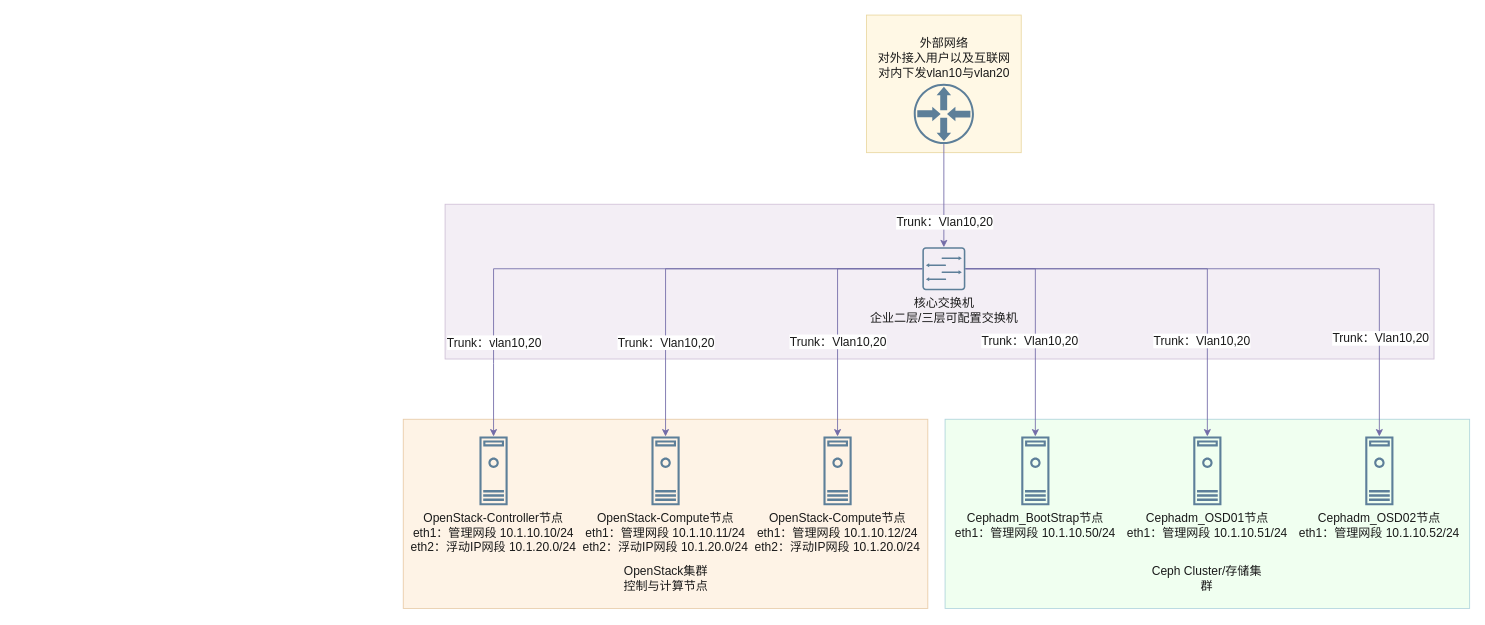
lrAltas/DrwaIO keeps this draw.io diagram as 物理架构图.drawio. Above is the earlier version. Source tidied: cells renumbered, new cells numbered last; positions are measured from the earlier drawing's top-left corner, leaving out a move shared by most shapes. Both pictures are drawn from the tidied source at 86%, with x=0, y=0 at pixel (402, 15).
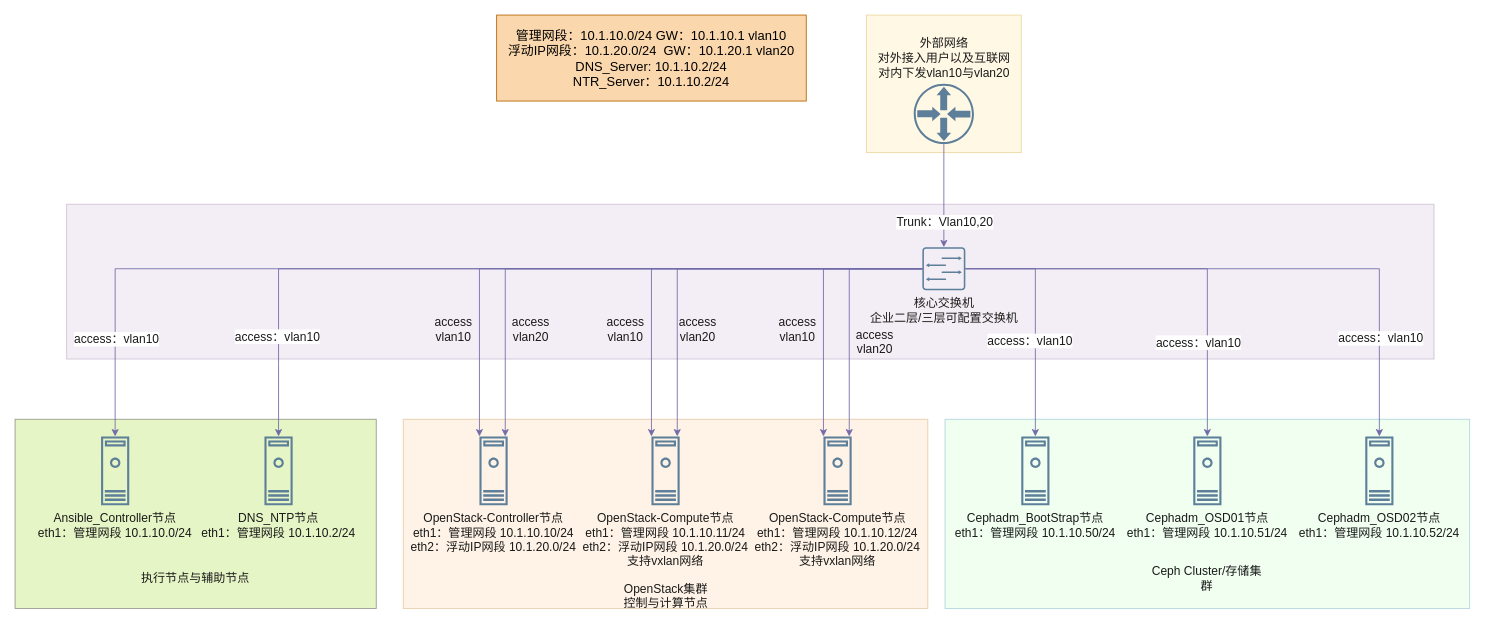
The same diagram, later.

Commit message:
更新物理架构图.drawio

Unchanged cells that the change refers to:
```xml
<mxCell id="6" value="&lt;div&gt;OpenStack-Controller节点&lt;/div&gt;&lt;div&gt;eth1：管理网段 10.1.10.10/24&lt;/div&gt;&lt;div&gt;eth2：浮动IP网段 10.1.20.0/24&lt;/div&gt;" style="sketch=0;shadow=0;dashed=0;html=1;strokeColor=none;fillColor=#5D7F99;labelPosition=center;verticalLabelPosition=bottom;verticalAlign=top;align=center;outlineConnect=0;shape=mxgraph.vvd.machine;labelBackgroundColor=none;fontColor=#1A1A1A;fontSize=14;" parent="1" vertex="1">
  <mxGeometry x="89" y="490" width="32.8" height="80" as="geometry" />
</mxCell>
<mxCell id="18" value="&lt;div&gt;&lt;div&gt;核心交换机&lt;/div&gt;&lt;/div&gt;&lt;div&gt;企业二层/三层可配置交换机&lt;/div&gt;" style="sketch=0;shadow=0;dashed=0;html=1;strokeColor=none;fillColor=#5D7F99;labelPosition=center;verticalLabelPosition=bottom;verticalAlign=top;align=center;outlineConnect=0;shape=mxgraph.vvd.switch;labelBackgroundColor=none;fontColor=#1A1A1A;fontSize=14;" parent="1" vertex="1">
  <mxGeometry x="604" y="270" width="50" height="50" as="geometry" />
</mxCell>
```

What changed in the source:
```diff
@@
+    <mxCell id="32" style="rounded=0;whiteSpace=wrap;html=1;strokeColor=#36393d;fillColor=#cdeb8b;opacity=50;" parent="1" vertex="1">
+      <mxGeometry x="-451" y="470" width="420" height="220" as="geometry" />
+    </mxCell>
@@
     <mxCell id="3" style="rounded=0;whiteSpace=wrap;html=1;strokeColor=#9673a6;fillColor=#e1d5e7;opacity=40;fontSize=14;" parent="1" vertex="1">
-      <mxGeometry x="49" y="220" width="1150" height="180" as="geometry" />
+      <mxGeometry x="-391" y="220" width="1590" height="180" as="geometry" />
     </mxCell>
@@
-    <mxCell id="7" value="&lt;div&gt;OpenStack-Compute节点&lt;/div&gt;&lt;div&gt;eth1：管理网段 10.1.10.11/24&lt;/div&gt;&lt;div&gt;eth2：浮动IP网段 10.1.20.0/24&lt;/div&gt;" style="sketch=0;shadow=0;dashed=0;html=1;strokeColor=none;fillColor=#5D7F99;labelPosition=center;verticalLabelPosition=bottom;verticalAlign=top;align=center;outlineConnect=0;shape=mxgraph.vvd.machine;labelBackgroundColor=none;fontColor=#1A1A1A;fontSize=14;" parent="1" vertex="1">
+    <mxCell id="7" value="&lt;div&gt;OpenStack-Compute节点&lt;/div&gt;&lt;div&gt;eth1：管理网段 10.1.10.11/24&lt;/div&gt;&lt;div&gt;eth2：浮动IP网段 10.1.20.0/24&lt;/div&gt;&lt;div&gt;支持vxlan网络&lt;/div&gt;" style="sketch=0;shadow=0;dashed=0;html=1;strokeColor=none;fillColor=#5D7F99;labelPosition=center;verticalLabelPosition=bottom;verticalAlign=top;align=center;outlineConnect=0;shape=mxgraph.vvd.machine;labelBackgroundColor=none;fontColor=#1A1A1A;fontSize=14;" parent="1" vertex="1">
       <mxGeometry x="289" y="490" width="32.8" height="80" as="geometry" />
     </mxCell>
-    <mxCell id="8" value="&lt;div&gt;OpenStack-Compute节点&lt;/div&gt;&lt;div&gt;eth1：管理网段 10.1.10.12/24&lt;/div&gt;&lt;div&gt;eth2：浮动IP网段 10.1.20.0/24&lt;/div&gt;" style="sketch=0;shadow=0;dashed=0;html=1;strokeColor=none;fillColor=#5D7F99;labelPosition=center;verticalLabelPosition=bottom;verticalAlign=top;align=center;outlineConnect=0;shape=mxgraph.vvd.machine;labelBackgroundColor=none;fontColor=#1A1A1A;fontSize=14;" parent="1" vertex="1">
+    <mxCell id="8" value="&lt;div&gt;OpenStack-Compute节点&lt;/div&gt;&lt;div&gt;eth1：管理网段 10.1.10.12/24&lt;/div&gt;&lt;div&gt;eth2：浮动IP网段 10.1.20.0/24&lt;/div&gt;&lt;div&gt;&lt;div&gt;支持vxlan网络&lt;/div&gt;&lt;br&gt;&lt;/div&gt;" style="sketch=0;shadow=0;dashed=0;html=1;strokeColor=none;fillColor=#5D7F99;labelPosition=center;verticalLabelPosition=bottom;verticalAlign=top;align=center;outlineConnect=0;shape=mxgraph.vvd.machine;labelBackgroundColor=none;fontColor=#1A1A1A;fontSize=14;" parent="1" vertex="1">
       <mxGeometry x="489" y="490" width="32.8" height="80" as="geometry" />
     </mxCell>
     <mxCell id="9" style="edgeStyle=orthogonalEdgeStyle;rounded=0;jettySize=auto;html=1;labelBackgroundColor=none;strokeColor=#736CA8;fontColor=default;fontSize=14;" parent="1" edge="1" source="18" target="6">
-      <mxGeometry relative="1" as="geometry" />
+      <mxGeometry relative="1" as="geometry">
+        <Array as="points">
+          <mxPoint x="89" y="295" />
+        </Array>
+      </mxGeometry>
     </mxCell>
-    <mxCell id="10" value="Trunk：vlan10,20" style="edgeLabel;html=1;align=center;verticalAlign=middle;strokeColor=#D0CEE2;fontColor=#1A1A1A;fillColor=#5D7F99;fontSize=14;" parent="9" vertex="1">
-      <mxGeometry x="0.65" y="1" relative="1" as="geometry">
-        <mxPoint x="-1" y="12" as="offset" />
-      </mxGeometry>
-    </mxCell>
     <mxCell id="11" style="edgeStyle=orthogonalEdgeStyle;rounded=0;jettySize=auto;html=1;labelBackgroundColor=none;strokeColor=#736CA8;fontColor=default;fontSize=14;" parent="1" edge="1" source="18" target="7">
-      <mxGeometry relative="1" as="geometry" />
+      <mxGeometry relative="1" as="geometry">
+        <Array as="points">
+          <mxPoint x="289" y="295" />
+        </Array>
+      </mxGeometry>
     </mxCell>
@@
     <mxCell id="13" style="edgeStyle=orthogonalEdgeStyle;rounded=0;jettySize=auto;html=1;labelBackgroundColor=none;strokeColor=#736CA8;fontColor=default;fontSize=14;" parent="1" edge="1" source="18" target="8">
-      <mxGeometry relative="1" as="geometry" />
+      <mxGeometry relative="1" as="geometry">
+        <Array as="points">
+          <mxPoint x="489" y="295" />
+        </Array>
+      </mxGeometry>
     </mxCell>
-    <mxCell id="14" value="Trunk：Vlan10,20" style="edgeLabel;html=1;align=center;verticalAlign=middle;strokeColor=#D0CEE2;fontColor=#1A1A1A;fillColor=#5D7F99;fontSize=14;" parent="13" vertex="1">
-      <mxGeometry x="0.65" y="1" relative="1" as="geometry">
-        <mxPoint x="-1" y="-59" as="offset" />
-      </mxGeometry>
-    </mxCell>
@@
+    <mxCell id="33" style="edgeStyle=orthogonalEdgeStyle;rounded=0;jettySize=auto;html=1;strokeColor=#736CA8;fontColor=#1A1A1A;" parent="1" edge="1" source="18" target="8">
+      <mxGeometry relative="1" as="geometry">
+        <Array as="points">
+          <mxPoint x="519" y="295" />
+        </Array>
+      </mxGeometry>
+    </mxCell>
+    <mxCell id="34" style="edgeStyle=orthogonalEdgeStyle;rounded=0;jettySize=auto;html=1;strokeColor=#736CA8;fontColor=#1A1A1A;" parent="1" edge="1" source="18" target="7">
+      <mxGeometry relative="1" as="geometry">
+        <Array as="points">
+          <mxPoint x="319" y="295" />
+        </Array>
+      </mxGeometry>
+    </mxCell>
+    <mxCell id="35" style="edgeStyle=orthogonalEdgeStyle;rounded=0;jettySize=auto;html=1;strokeColor=#736CA8;fontColor=#1A1A1A;" parent="1" edge="1" source="18" target="6">
+      <mxGeometry relative="1" as="geometry">
+        <Array as="points">
+          <mxPoint x="119" y="295" />
+        </Array>
+      </mxGeometry>
+    </mxCell>
+    <mxCell id="36" style="edgeStyle=orthogonalEdgeStyle;rounded=0;jettySize=auto;html=1;strokeColor=#736CA8;fontColor=#1A1A1A;" parent="1" edge="1" source="18" target="47">
+      <mxGeometry relative="1" as="geometry" />
+    </mxCell>
+    <mxCell id="37" value="access：vlan10" style="edgeLabel;html=1;align=center;verticalAlign=middle;strokeColor=#D0CEE2;fontColor=#1A1A1A;fillColor=#5D7F99;fontSize=14;" parent="36" vertex="1">
+      <mxGeometry x="0.75" y="-2" relative="1" as="geometry">
+        <mxPoint y="1" as="offset" />
+      </mxGeometry>
+    </mxCell>
+    <mxCell id="38" style="edgeStyle=orthogonalEdgeStyle;rounded=0;jettySize=auto;html=1;strokeColor=#736CA8;fontColor=#1A1A1A;" parent="1" edge="1" source="18" target="48">
+      <mxGeometry relative="1" as="geometry" />
+    </mxCell>
+    <mxCell id="39" value="access：vlan10" style="edgeLabel;html=1;align=center;verticalAlign=middle;strokeColor=#D0CEE2;fontColor=#1A1A1A;fillColor=#5D7F99;fontSize=14;" parent="38" vertex="1">
+      <mxGeometry x="0.8" y="1" relative="1" as="geometry" />
+    </mxCell>
@@
     <mxCell id="25" value="&lt;div&gt;OpenStack集群&lt;/div&gt;&lt;div&gt;控制与计算节点&lt;/div&gt;" style="text;html=1;whiteSpace=wrap;strokeColor=none;fillColor=none;align=center;verticalAlign=middle;rounded=0;fontColor=#1A1A1A;fontSize=14;" parent="1" vertex="1">
-      <mxGeometry x="253.6" y="640" width="103.6" height="30" as="geometry" />
+      <mxGeometry x="253.6" y="660" width="103.6" height="30" as="geometry" />
     </mxCell>
@@
-    <mxCell id="28" value="Trunk：Vlan10,20" style="edgeLabel;html=1;align=center;verticalAlign=middle;strokeColor=#D0CEE2;fontColor=#1A1A1A;fillColor=#5D7F99;fontSize=14;" parent="1" vertex="1">
-      <mxGeometry x="305.4" y="380" as="geometry" />
-    </mxCell>
-    <mxCell id="29" value="Trunk：Vlan10,20" style="edgeLabel;html=1;align=center;verticalAlign=middle;strokeColor=#D0CEE2;fontColor=#1A1A1A;fillColor=#5D7F99;fontSize=14;" parent="1" vertex="1">
+    <mxCell id="29" value="access：vlan10" style="edgeLabel;html=1;align=center;verticalAlign=middle;strokeColor=#D0CEE2;fontColor=#1A1A1A;fillColor=#5D7F99;fontSize=14;" parent="1" vertex="1">
       <mxGeometry x="735.4" y="380" as="geometry">
         <mxPoint x="-7" y="-2" as="offset" />
       </mxGeometry>
     </mxCell>
-    <mxCell id="30" value="Trunk：Vlan10,20" style="edgeLabel;html=1;align=center;verticalAlign=middle;strokeColor=#D0CEE2;fontColor=#1A1A1A;fillColor=#5D7F99;fontSize=14;" parent="1" vertex="1">
-      <mxGeometry x="935.4" y="380" as="geometry">
-        <mxPoint x="-7" y="-2" as="offset" />
+    <mxCell id="30" value="access：vlan10" style="edgeLabel;html=1;align=center;verticalAlign=middle;strokeColor=#D0CEE2;fontColor=#1A1A1A;fillColor=#5D7F99;fontSize=14;" parent="1" vertex="1">
+      <mxGeometry x="951.8" y="380" as="geometry">
+        <mxPoint x="-27" as="offset" />
       </mxGeometry>
     </mxCell>
-    <mxCell id="31" value="Trunk：Vlan10,20" style="edgeLabel;html=1;align=center;verticalAlign=middle;strokeColor=#D0CEE2;fontColor=#1A1A1A;fillColor=#5D7F99;fontSize=14;" parent="1" vertex="1">
+    <mxCell id="31" value="access：vlan10" style="edgeLabel;html=1;align=center;verticalAlign=middle;strokeColor=#D0CEE2;fontColor=#1A1A1A;fillColor=#5D7F99;fontSize=14;" parent="1" vertex="1">
       <mxGeometry x="1079" y="380" as="geometry">
         <mxPoint x="57" y="-5" as="offset" />
       </mxGeometry>
     </mxCell>
+    <mxCell id="40" value="access&lt;br&gt;vlan20" style="text;html=1;whiteSpace=wrap;strokeColor=none;fillColor=none;align=center;verticalAlign=middle;rounded=0;fontColor=#1A1A1A;fontSize=14;" parent="1" vertex="1">
+      <mxGeometry x="479" y="365" width="140" height="30" as="geometry" />
+    </mxCell>
+    <mxCell id="41" value="&lt;div&gt;access&lt;/div&gt;&lt;div&gt;vlan10&lt;/div&gt;" style="text;html=1;whiteSpace=wrap;strokeColor=none;fillColor=none;align=center;verticalAlign=middle;rounded=0;fontColor=#1A1A1A;fontSize=14;" parent="1" vertex="1">
+      <mxGeometry x="389" y="350" width="140" height="30" as="geometry" />
+    </mxCell>
+    <mxCell id="42" value="&lt;div&gt;access&lt;/div&gt;&lt;div&gt;vlan10&lt;/div&gt;" style="text;html=1;whiteSpace=wrap;strokeColor=none;fillColor=none;align=center;verticalAlign=middle;rounded=0;fontColor=#1A1A1A;fontSize=14;" parent="1" vertex="1">
+      <mxGeometry x="189" y="350" width="140" height="30" as="geometry" />
+    </mxCell>
+    <mxCell id="43" value="access&lt;br&gt;vlan20" style="text;html=1;whiteSpace=wrap;strokeColor=none;fillColor=none;align=center;verticalAlign=middle;rounded=0;fontColor=#1A1A1A;fontSize=14;" parent="1" vertex="1">
+      <mxGeometry x="273" y="350" width="140" height="30" as="geometry" />
+    </mxCell>
+    <mxCell id="44" value="&lt;div&gt;access&lt;/div&gt;&lt;div&gt;vlan10&lt;/div&gt;" style="text;html=1;whiteSpace=wrap;strokeColor=none;fillColor=none;align=center;verticalAlign=middle;rounded=0;fontColor=#1A1A1A;fontSize=14;" parent="1" vertex="1">
+      <mxGeometry x="-11" y="350" width="140" height="30" as="geometry" />
+    </mxCell>
+    <mxCell id="45" value="access&lt;br&gt;vlan20" style="text;html=1;whiteSpace=wrap;strokeColor=none;fillColor=none;align=center;verticalAlign=middle;rounded=0;fontColor=#1A1A1A;fontSize=14;" parent="1" vertex="1">
+      <mxGeometry x="79" y="350" width="140" height="30" as="geometry" />
+    </mxCell>
+    <mxCell id="46" value="&lt;div&gt;&lt;font style=&quot;font-size: 15px;&quot;&gt;管理网段：10.1.10.0/24 GW：10.1.10.1 vlan10&lt;/font&gt;&lt;/div&gt;&lt;div&gt;&lt;font style=&quot;font-size: 15px;&quot;&gt;浮动IP网段：10.1.20.0/24&amp;nbsp; GW：10.1.20.1 vlan20&lt;/font&gt;&lt;/div&gt;&lt;div&gt;&lt;font style=&quot;font-size: 15px;&quot;&gt;DNS_Server: 10.1.10.2/24&lt;/font&gt;&lt;/div&gt;&lt;div&gt;&lt;font style=&quot;font-size: 15px;&quot;&gt;NTR_Server：10.1.10.2/24&lt;/font&gt;&lt;/div&gt;" style="rounded=0;whiteSpace=wrap;html=1;strokeColor=#b46504;fillColor=#fad7ac;" parent="1" vertex="1">
+      <mxGeometry x="109" width="360" height="100" as="geometry" />
+    </mxCell>
+    <mxCell id="47" value="&lt;div&gt;DNS_NTP节点&lt;/div&gt;&lt;div&gt;eth1：管理网段 10.1.10.2/24&lt;/div&gt;" style="sketch=0;shadow=0;dashed=0;html=1;strokeColor=none;fillColor=#5D7F99;labelPosition=center;verticalLabelPosition=bottom;verticalAlign=top;align=center;outlineConnect=0;shape=mxgraph.vvd.machine;labelBackgroundColor=none;fontColor=#1A1A1A;fontSize=14;" parent="1" vertex="1">
+      <mxGeometry x="-161" y="490" width="32.8" height="80" as="geometry" />
+    </mxCell>
+    <mxCell id="48" value="&lt;div&gt;Ansible_Controller节点&lt;/div&gt;&lt;div&gt;eth1：管理网段 10.1.10.0/24&lt;/div&gt;" style="sketch=0;shadow=0;dashed=0;html=1;strokeColor=none;fillColor=#5D7F99;labelPosition=center;verticalLabelPosition=bottom;verticalAlign=top;align=center;outlineConnect=0;shape=mxgraph.vvd.machine;labelBackgroundColor=none;fontColor=#1A1A1A;fontSize=14;" parent="1" vertex="1">
+      <mxGeometry x="-351" y="490" width="32.8" height="80" as="geometry" />
+    </mxCell>
+    <mxCell id="49" value="&lt;font style=&quot;font-size: 14px;&quot;&gt;执行节点与辅助节点&lt;/font&gt;" style="text;html=1;whiteSpace=wrap;strokeColor=none;fillColor=none;align=center;verticalAlign=middle;rounded=0;fontColor=#1A1A1A;" parent="1" vertex="1">
+      <mxGeometry x="-311" y="640" width="140" height="30" as="geometry" />
+    </mxCell>
```
